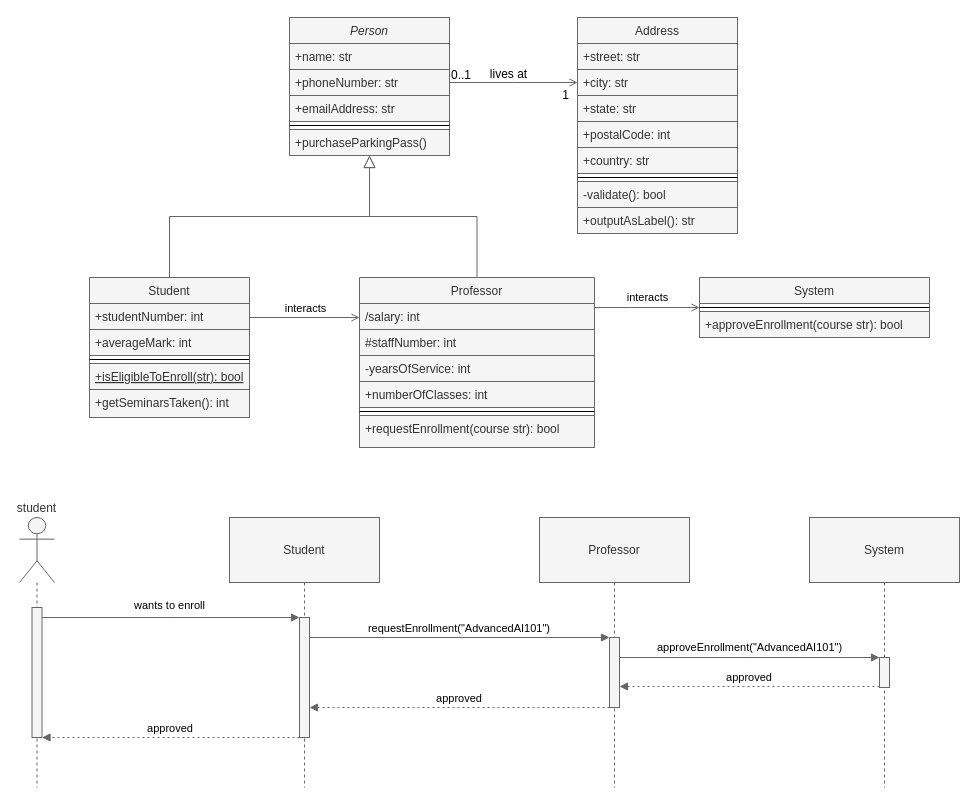
Above: diagrams/diagrams_animated.drawio in kkubinova/drawio_plugin (draw.io), before the change. Source tidied: cells renumbered, new cells numbered last; positions are measured from the earlier drawing's top-left corner, leaving out a move shared by most shapes. Both pictures are drawn from the tidied source at 100%, with x=0, y=0 at pixel (19, 17).
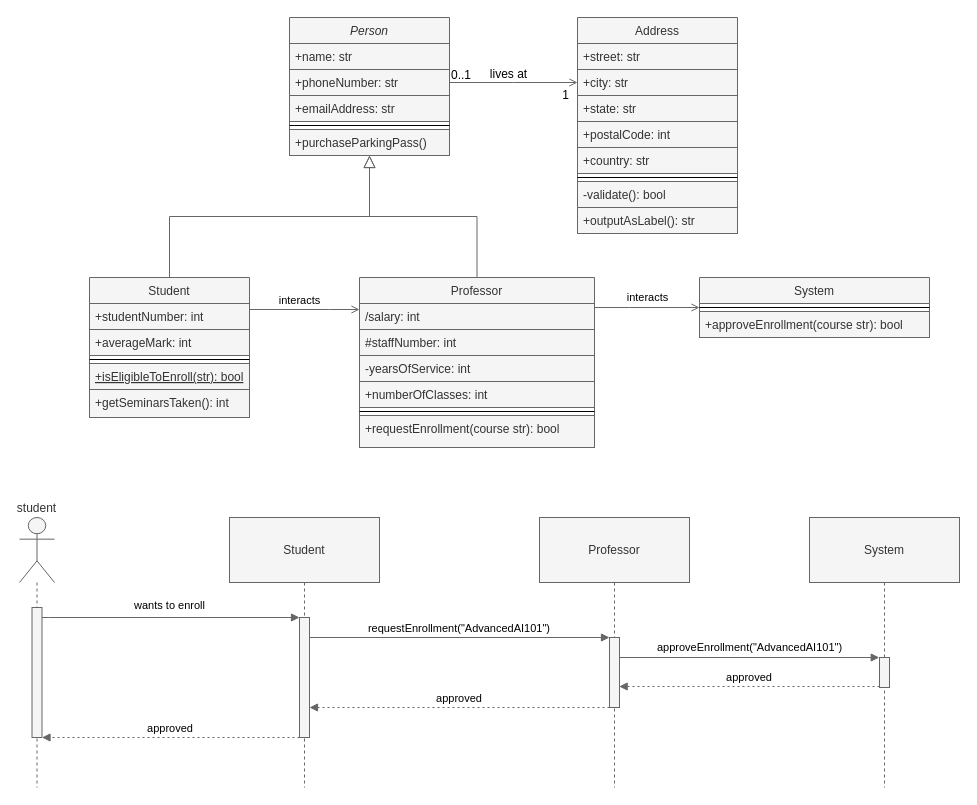
After the change.

Unchanged cells that the change refers to:
```xml
<mxCell id="4" style="points=[];perimeter=orthogonalPerimeter;outlineConnect=0;targetShapes=umlLifeline;portConstraint=eastwest;newEdgeStyle={&quot;edgeStyle&quot;:&quot;elbowEdgeStyle&quot;,&quot;elbow&quot;:&quot;vertical&quot;,&quot;curved&quot;:0,&quot;rounded&quot;:0};fillColor=#f5f5f5;fontColor=#333333;strokeColor=#666666;" parent="3" vertex="1">
  <mxGeometry x="12.5" y="90" width="10" height="130" as="geometry" />
</mxCell>
<mxCell id="6" style="points=[];perimeter=orthogonalPerimeter;outlineConnect=0;targetShapes=umlLifeline;portConstraint=eastwest;newEdgeStyle={&quot;edgeStyle&quot;:&quot;elbowEdgeStyle&quot;,&quot;elbow&quot;:&quot;vertical&quot;,&quot;curved&quot;:0,&quot;rounded&quot;:0};fillColor=#f5f5f5;fontColor=#333333;strokeColor=#666666;" parent="5" vertex="1">
  <mxGeometry x="70" y="120" width="10" height="70" as="geometry" />
</mxCell>
<mxCell id="10" style="points=[];perimeter=orthogonalPerimeter;outlineConnect=0;targetShapes=umlLifeline;portConstraint=eastwest;newEdgeStyle={&quot;edgeStyle&quot;:&quot;elbowEdgeStyle&quot;,&quot;elbow&quot;:&quot;vertical&quot;,&quot;curved&quot;:0,&quot;rounded&quot;:0};fillColor=#f5f5f5;fontColor=#333333;strokeColor=#666666;" parent="9" vertex="1">
  <mxGeometry x="70" y="100" width="10" height="120" as="geometry" />
</mxCell>
<mxCell id="14" style="points=[];perimeter=orthogonalPerimeter;outlineConnect=0;targetShapes=umlLifeline;portConstraint=eastwest;newEdgeStyle={&quot;edgeStyle&quot;:&quot;elbowEdgeStyle&quot;,&quot;elbow&quot;:&quot;vertical&quot;,&quot;curved&quot;:0,&quot;rounded&quot;:0};fillColor=#f5f5f5;fontColor=#333333;strokeColor=#666666;" parent="13" vertex="1">
  <mxGeometry x="70" y="140" width="10" height="30" as="geometry" />
</mxCell>
```

What changed in the source:
```diff
@@
-    <mxCell id="12" value="wants to enroll" style="edgeStyle=elbowEdgeStyle;rounded=0;jettySize=auto;html=1;elbow=vertical;curved=0;fillColor=#f5f5f5;strokeColor=#666666;endArrow=block;endFill=1;" parent="2" edge="1" target="10">
+    <mxCell id="12" value="wants to enroll" style="edgeStyle=elbowEdgeStyle;rounded=0;jettySize=auto;html=1;elbow=vertical;curved=0;fillColor=#f5f5f5;strokeColor=#666666;endArrow=block;endFill=1;" parent="2" edge="1" source="4" target="10">
       <mxGeometry x="-0.01" y="12" relative="1" as="geometry">
-        <mxPoint x="22.5" y="600" as="sourcePoint" />
+        <Array as="points">
+          <mxPoint x="30" y="600" />
+        </Array>
       </mxGeometry>
     </mxCell>
@@
-    <mxCell id="15" value="approveEnrollment(&quot;AdvancedAI101&quot;)" style="edgeStyle=elbowEdgeStyle;rounded=0;jettySize=auto;html=1;elbow=vertical;curved=0;endArrow=block;endFill=1;strokeColor=#666666;" parent="2" edge="1" source="6">
-      <mxGeometry y="10" relative="1" as="geometry">
-        <mxPoint x="860" y="640" as="targetPoint" />
-      </mxGeometry>
+    <mxCell id="15" value="approveEnrollment(&quot;AdvancedAI101&quot;)" style="edgeStyle=elbowEdgeStyle;rounded=0;jettySize=auto;html=1;elbow=vertical;curved=0;endArrow=block;endFill=1;strokeColor=#666666;entryX=-0.026;entryY=-0.002;entryDx=0;entryDy=0;entryPerimeter=0;" parent="2" edge="1" source="6" target="14">
+      <mxGeometry y="10" relative="1" as="geometry" />
     </mxCell>
-    <mxCell id="16" value="approved" style="verticalAlign=bottom;edgeStyle=elbowEdgeStyle;elbow=vertical;curved=0;rounded=0;dashed=1;dashPattern=2 3;endArrow=block;fillColor=#f5f5f5;strokeColor=#666666;" parent="2" edge="1" source="14">
-      <mxGeometry relative="1" as="geometry">
-        <mxPoint x="600" y="669" as="targetPoint" />
-      </mxGeometry>
+    <mxCell id="16" value="approved" style="verticalAlign=bottom;edgeStyle=elbowEdgeStyle;elbow=vertical;curved=0;rounded=0;dashed=1;dashPattern=2 3;endArrow=block;fillColor=#f5f5f5;strokeColor=#666666;entryX=0.965;entryY=0.702;entryDx=0;entryDy=0;entryPerimeter=0;" parent="2" edge="1" source="14" target="6">
+      <mxGeometry relative="1" as="geometry" />
     </mxCell>
@@
-    <mxCell id="24" value="interacts" style="edgeStyle=orthogonalEdgeStyle;rounded=0;orthogonalLoop=1;jettySize=auto;html=1;exitX=0.994;exitY=0.115;exitDx=0;exitDy=0;exitPerimeter=0;strokeColor=#666666;endArrow=open;endFill=0;" parent="17" edge="1">
-      <mxGeometry x="0.05" y="9" relative="1" as="geometry">
-        <mxPoint x="229" y="297" as="sourcePoint" />
-        <mxPoint x="340" y="300" as="targetPoint" />
+    <mxCell id="24" value="interacts" style="edgeStyle=orthogonalEdgeStyle;rounded=0;orthogonalLoop=1;jettySize=auto;html=1;endArrow=open;endFill=0;strokeColor=#666666;" parent="17" edge="1">
+      <mxGeometry x="-0.09" y="9" relative="1" as="geometry">
+        <mxPoint x="230" y="292" as="sourcePoint" />
+        <mxPoint x="340" y="292" as="targetPoint" />
         <Array as="points">
-          <mxPoint x="230" y="299" />
+          <mxPoint x="310" y="292" />
+          <mxPoint x="310" y="292" />
         </Array>
       </mxGeometry>
     </mxCell>
```
